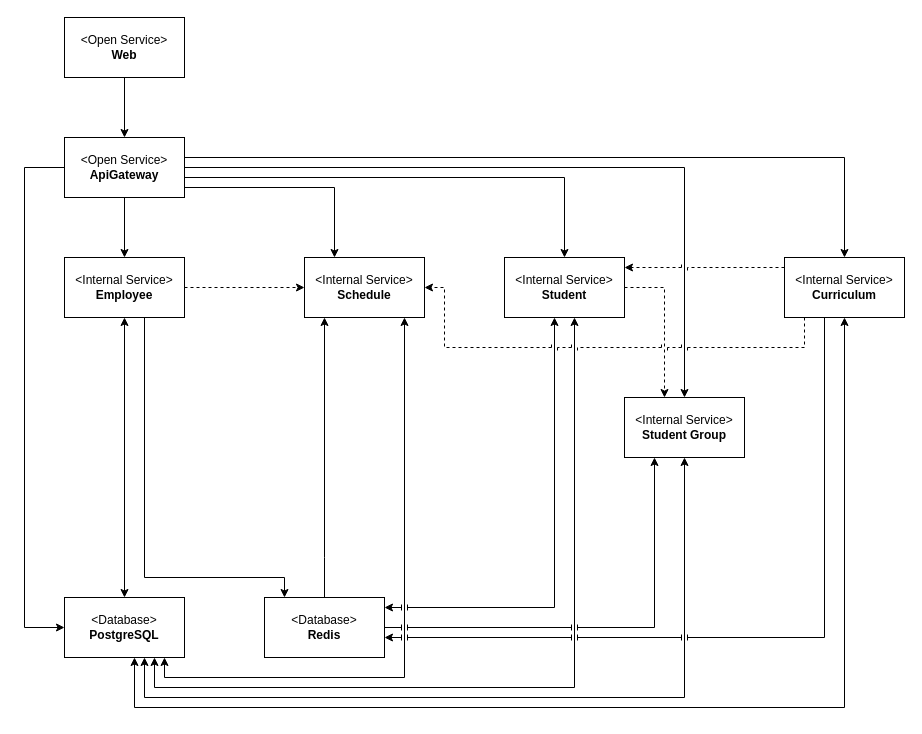
The draw.io diagram docs/architecture.drawio in IrusHunter/duckademic, before the edit. Source tidied: cells renumbered, new cells numbered last; positions are measured from the earlier drawing's top-left corner, leaving out a move shared by most shapes. Both pictures are drawn from the tidied source at 100%, with x=0, y=0 at pixel (24, 17).
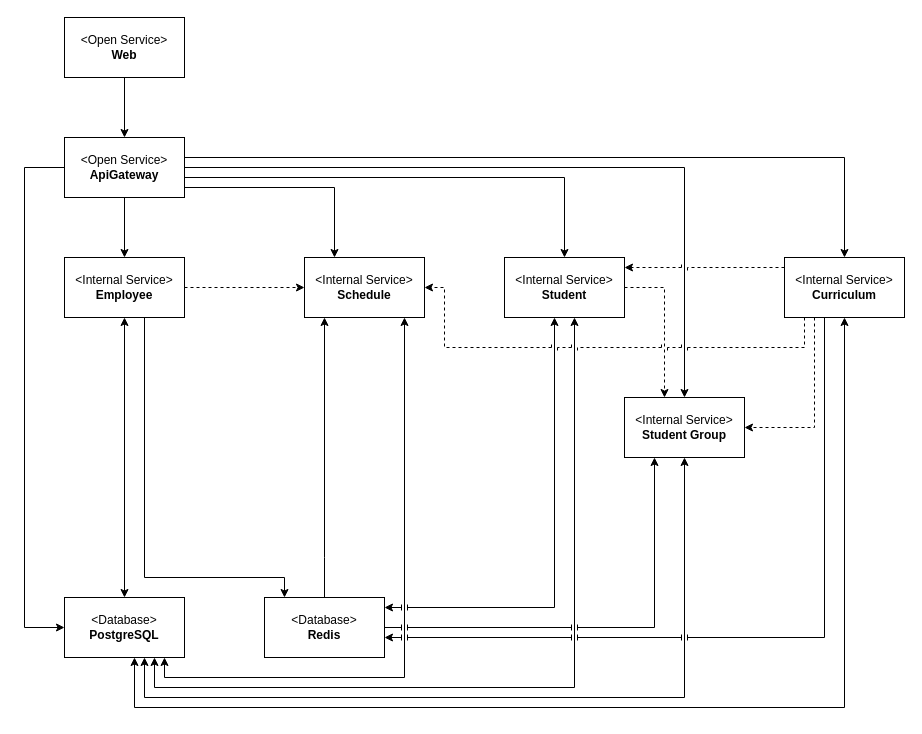
The same page after the edit.

The change refers to these unchanged cells:
```xml
<mxCell id="21" value="&amp;lt;Internal Service&amp;gt;&lt;div&gt;&lt;b&gt;Student Group&lt;/b&gt;&lt;/div&gt;" style="html=1;whiteSpace=wrap;" parent="1" vertex="1">
  <mxGeometry x="600" y="380" width="120" height="60" as="geometry" />
</mxCell>
<mxCell id="27" value="&amp;lt;Internal Service&amp;gt;&lt;div&gt;&lt;b&gt;Curriculum&lt;/b&gt;&lt;/div&gt;" style="html=1;whiteSpace=wrap;" parent="1" vertex="1">
  <mxGeometry x="760" y="240" width="120" height="60" as="geometry" />
</mxCell>
```

Diff of the diagram source:
```diff
@@
+    <mxCell id="33" style="edgeStyle=orthogonalEdgeStyle;html=1;rounded=0;curved=0;dashed=1;jumpStyle=line;" parent="1" edge="1" source="27" target="21">
+      <mxGeometry relative="1" as="geometry">
+        <Array as="points">
+          <mxPoint x="790" y="410" />
+        </Array>
+      </mxGeometry>
+    </mxCell>
```
